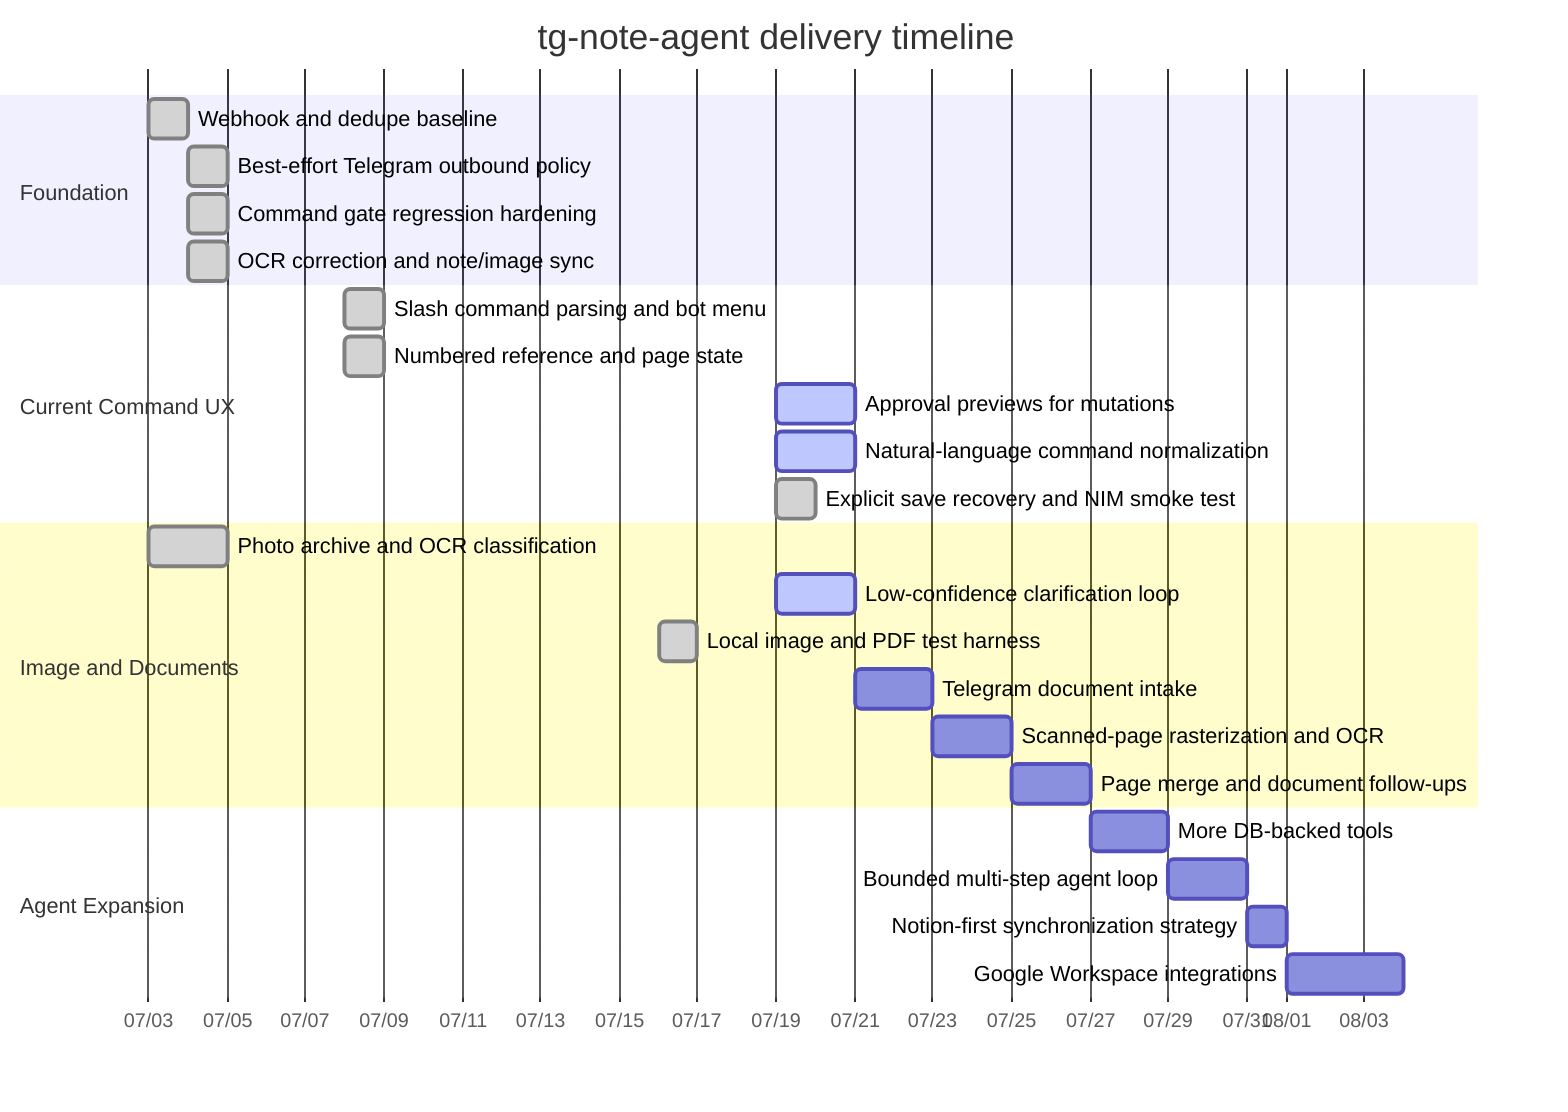
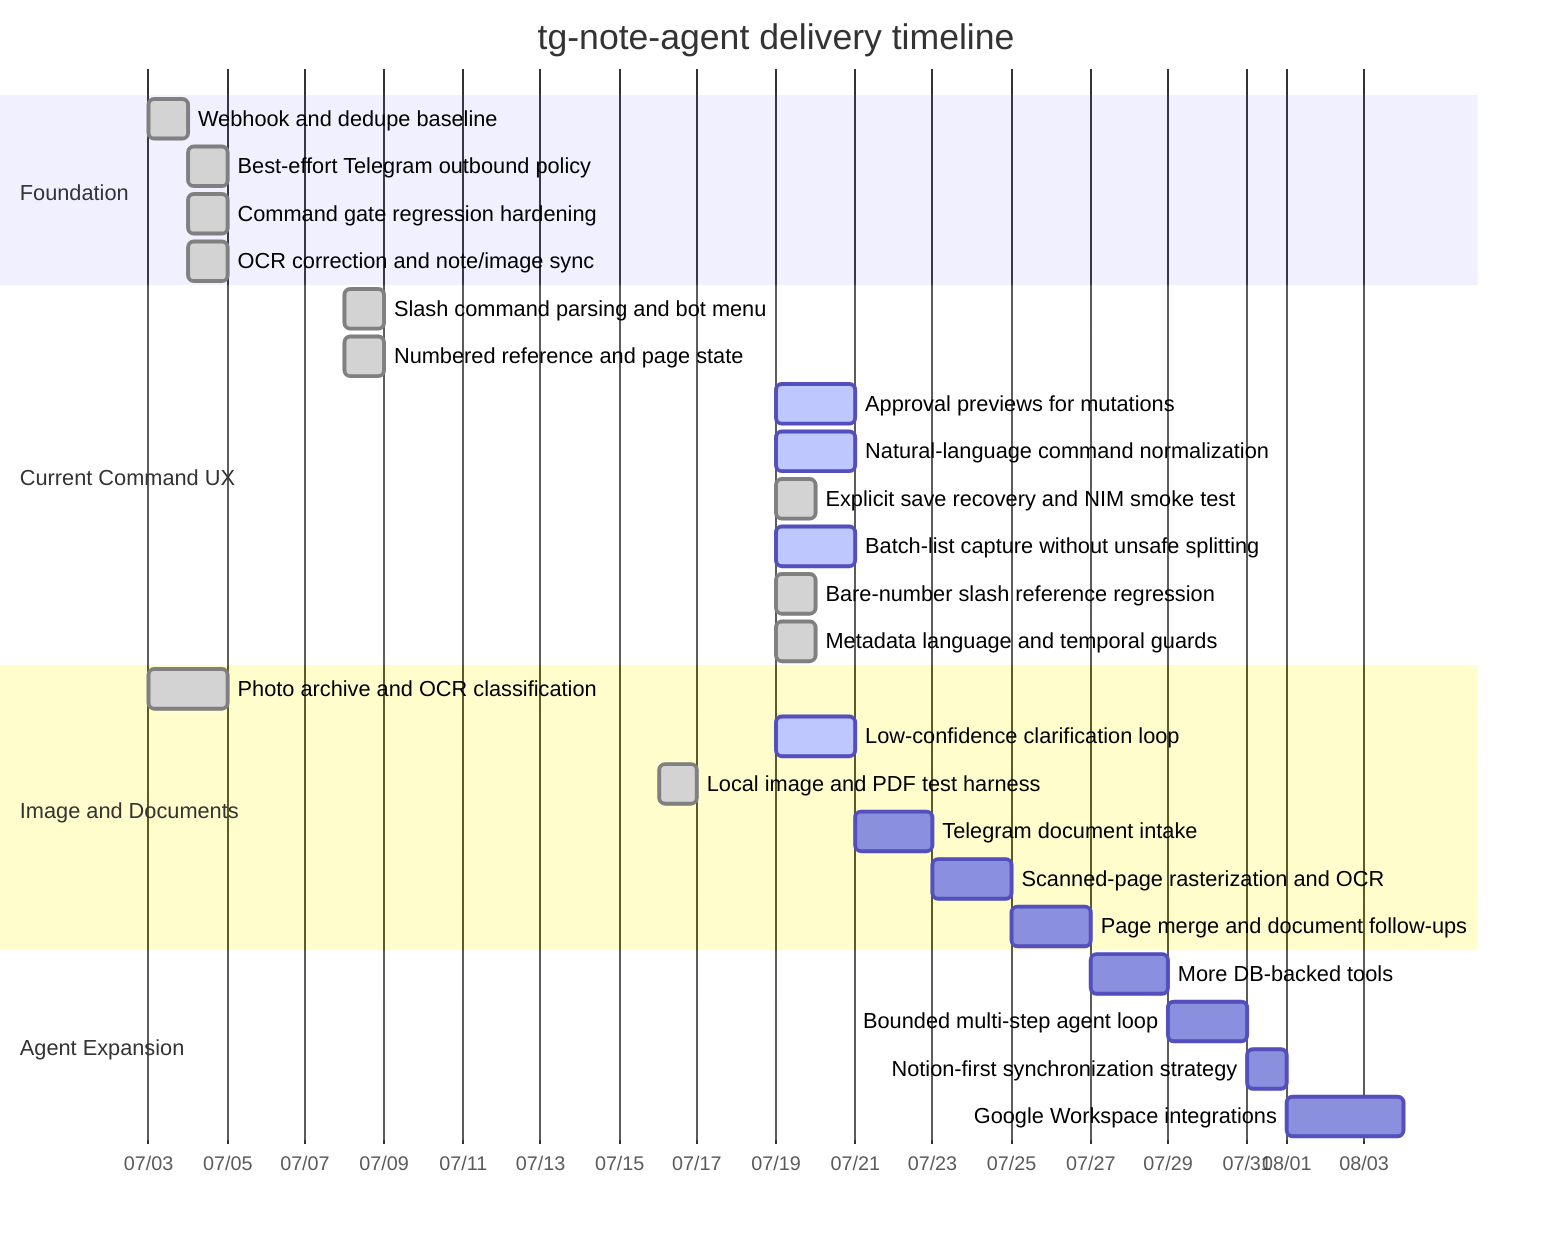
gantt
    title tg-note-agent delivery timeline
    dateFormat  YYYY-MM-DD
    axisFormat  %m/%d

    section Foundation
    Webhook and dedupe baseline             :done, base1, 2026-07-03, 1d
    Best-effort Telegram outbound policy    :done, base2, 2026-07-04, 1d
    Command gate regression hardening       :done, base3, 2026-07-04, 1d
    OCR correction and note/image sync      :done, base4, 2026-07-04, 1d

    section Current Command UX
    Slash command parsing and bot menu      :done, cmd1, 2026-07-08, 1d
    Numbered reference and page state       :done, cmd2, 2026-07-08, 1d
    Approval previews for mutations         :active, cmd3, 2026-07-19, 2d
    Natural-language command normalization  :active, cmd4, 2026-07-19, 2d
    Explicit save recovery and NIM smoke test:done, cmd5, 2026-07-19, 1d
+     Batch-list capture without unsafe splitting:active, cmd6, 2026-07-19, 2d
+     Bare-number slash reference regression  :done, cmd7, 2026-07-19, 1d
+     Metadata language and temporal guards   :done, cmd8, 2026-07-19, 1d

    section Image and Documents
    Photo archive and OCR classification    :done, img1, 2026-07-03, 2d
    Low-confidence clarification loop       :active, img2, 2026-07-19, 2d
    Local image and PDF test harness        :done, doc1, 2026-07-16, 1d
    Telegram document intake                :doc2, after img2, 2d
    Scanned-page rasterization and OCR      :doc3, after doc2, 2d
    Page merge and document follow-ups      :doc4, after doc3, 2d

    section Agent Expansion
    More DB-backed tools                    :agent1, after doc4, 2d
    Bounded multi-step agent loop           :agent2, after agent1, 2d
    Notion-first synchronization strategy   :agent3, after agent2, 1d
-     Google Workspace integrations           :agent4, after agent3, 3d+     Google Workspace integrations           :agent4, after agent3, 3d
